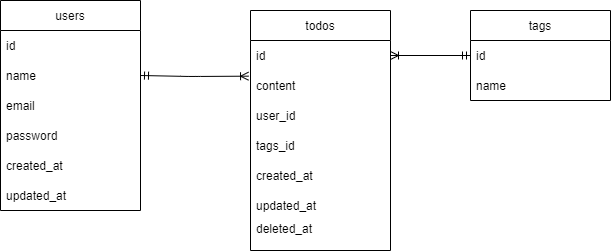
hiroto0423/Todolist_new keeps this draw.io diagram as ER.drawio.png. Above is the earlier version. Source tidied: cells renumbered, new cells last; positions are measured from the earlier drawing's top-left corner, leaving out a move shared by most shapes. The source it was exported from:
```xml
<mxGraphModel>
  <root>
    <mxCell id="0" />
    <mxCell id="1" parent="0" />
    <mxCell id="2" value="todos" style="swimlane;fontStyle=0;horizontal=1;startSize=30;" parent="1" vertex="1">
      <mxGeometry x="250" y="10" width="140" height="240" as="geometry" />
    </mxCell>
    <mxCell id="3" value="id" style="text;strokeColor=none;fillColor=none;align=left;verticalAlign=middle;spacingLeft=4;spacingRight=4;overflow=hidden;points=[[0,0.5],[1,0.5]];portConstraint=eastwest;" parent="2" vertex="1">
      <mxGeometry y="30" width="140" height="30" as="geometry" />
    </mxCell>
    <mxCell id="4" value="content" style="text;strokeColor=none;fillColor=none;align=left;verticalAlign=middle;spacingLeft=4;spacingRight=4;overflow=hidden;points=[[0,0.5],[1,0.5]];portConstraint=eastwest;" parent="2" vertex="1">
      <mxGeometry y="60" width="140" height="30" as="geometry" />
    </mxCell>
    <mxCell id="5" value="user_id" style="text;strokeColor=none;fillColor=none;align=left;verticalAlign=middle;spacingLeft=4;spacingRight=4;overflow=hidden;" parent="2" vertex="1">
      <mxGeometry y="90" width="140" height="30" as="geometry" />
    </mxCell>
    <mxCell id="6" value="tags_id" style="text;strokeColor=none;fillColor=none;align=left;verticalAlign=middle;spacingLeft=4;spacingRight=4;overflow=hidden;" parent="2" vertex="1">
      <mxGeometry y="120" width="140" height="30" as="geometry" />
    </mxCell>
    <mxCell id="7" value="created_at" style="text;strokeColor=none;fillColor=none;align=left;verticalAlign=middle;spacingLeft=4;spacingRight=4;overflow=hidden;" parent="2" vertex="1">
      <mxGeometry y="150" width="140" height="30" as="geometry" />
    </mxCell>
    <mxCell id="8" value="updated_at" style="text;strokeColor=none;fillColor=none;align=left;verticalAlign=middle;spacingLeft=4;spacingRight=4;overflow=hidden;" parent="2" vertex="1">
      <mxGeometry y="180" width="140" height="30" as="geometry" />
    </mxCell>
    <mxCell id="9" value="deleted_at&#10;" style="text;strokeColor=none;fillColor=none;align=left;verticalAlign=middle;spacingLeft=4;spacingRight=4;overflow=hidden;" parent="2" vertex="1">
      <mxGeometry y="210" width="140" height="30" as="geometry" />
    </mxCell>
    <mxCell id="10" value="tags" style="swimlane;fontStyle=0;horizontal=1;startSize=30;" parent="1" vertex="1">
      <mxGeometry x="470" y="10" width="140" height="90" as="geometry" />
    </mxCell>
    <mxCell id="11" value="id" style="text;strokeColor=none;fillColor=none;align=left;verticalAlign=middle;spacingLeft=4;spacingRight=4;overflow=hidden;points=[[0,0.5],[1,0.5]];portConstraint=eastwest;" parent="10" vertex="1">
      <mxGeometry y="30" width="140" height="30" as="geometry" />
    </mxCell>
    <mxCell id="12" value="name" style="text;strokeColor=none;fillColor=none;align=left;verticalAlign=middle;spacingLeft=4;spacingRight=4;overflow=hidden;" parent="10" vertex="1">
      <mxGeometry y="60" width="140" height="30" as="geometry" />
    </mxCell>
    <mxCell id="13" style="edgeStyle=none;html=1;exitX=0;exitY=0.5;exitDx=0;exitDy=0;endArrow=ERoneToMany;endFill=0;startArrow=ERmandOne;startFill=0;" parent="1" edge="1" source="11" target="3">
      <mxGeometry relative="1" as="geometry" />
    </mxCell>
    <mxCell id="14" value="users" style="swimlane;fontStyle=0;horizontal=1;startSize=30;" parent="1" vertex="1">
      <mxGeometry width="140" height="210" as="geometry" />
    </mxCell>
    <mxCell id="15" value="id" style="text;strokeColor=none;fillColor=none;align=left;verticalAlign=middle;spacingLeft=4;spacingRight=4;overflow=hidden;points=[[0,0.5],[1,0.5]];portConstraint=eastwest;" parent="14" vertex="1">
      <mxGeometry y="30" width="140" height="30" as="geometry" />
    </mxCell>
    <mxCell id="16" value="name" style="text;strokeColor=none;fillColor=none;align=left;verticalAlign=middle;spacingLeft=4;spacingRight=4;overflow=hidden;points=[[0,0.5],[1,0.5]];portConstraint=eastwest;" parent="14" vertex="1">
      <mxGeometry y="60" width="140" height="30" as="geometry" />
    </mxCell>
    <mxCell id="17" value="email" style="text;strokeColor=none;fillColor=none;align=left;verticalAlign=middle;spacingLeft=4;spacingRight=4;overflow=hidden;" parent="14" vertex="1">
      <mxGeometry y="90" width="140" height="30" as="geometry" />
    </mxCell>
    <mxCell id="18" value="password" style="text;strokeColor=none;fillColor=none;align=left;verticalAlign=middle;spacingLeft=4;spacingRight=4;overflow=hidden;" parent="14" vertex="1">
      <mxGeometry y="120" width="140" height="30" as="geometry" />
    </mxCell>
    <mxCell id="19" value="created_at" style="text;strokeColor=none;fillColor=none;align=left;verticalAlign=middle;spacingLeft=4;spacingRight=4;overflow=hidden;" parent="14" vertex="1">
      <mxGeometry y="150" width="140" height="30" as="geometry" />
    </mxCell>
    <mxCell id="20" value="updated_at" style="text;strokeColor=none;fillColor=none;align=left;verticalAlign=middle;spacingLeft=4;spacingRight=4;overflow=hidden;" parent="14" vertex="1">
      <mxGeometry y="180" width="140" height="30" as="geometry" />
    </mxCell>
    <mxCell id="21" style="edgeStyle=none;html=1;exitX=1;exitY=0.5;exitDx=0;exitDy=0;entryX=-0.014;entryY=0.189;entryDx=0;entryDy=0;entryPerimeter=0;endArrow=ERoneToMany;endFill=0;startArrow=ERmandOne;startFill=0;" parent="1" edge="1" source="16" target="4">
      <mxGeometry relative="1" as="geometry">
        <Array as="points">
          <mxPoint x="190" y="76" />
        </Array>
      </mxGeometry>
    </mxCell>
  </root>
</mxGraphModel>
```
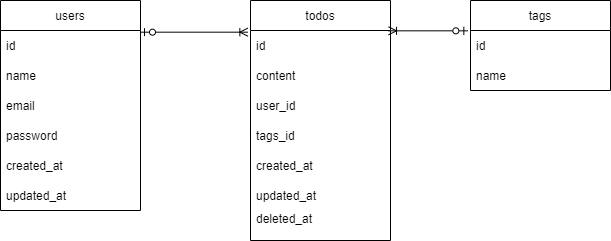
The same file after the commit.

Diff of the diagram source:
```diff
@@ -35,11 +35,11 @@
     <mxCell id="12" value="name" style="text;strokeColor=none;fillColor=none;align=left;verticalAlign=middle;spacingLeft=4;spacingRight=4;overflow=hidden;" parent="10" vertex="1">
       <mxGeometry y="60" width="140" height="30" as="geometry" />
     </mxCell>
-    <mxCell id="13" style="edgeStyle=none;html=1;exitX=0;exitY=0.5;exitDx=0;exitDy=0;endArrow=ERoneToMany;endFill=0;startArrow=ERmandOne;startFill=0;" parent="1" edge="1" source="11" target="3">
+    <mxCell id="13" style="edgeStyle=none;html=1;exitX=-0.019;exitY=0.011;exitDx=0;exitDy=0;endArrow=ERoneToMany;endFill=0;startArrow=ERzeroToOne;startFill=0;entryX=0.986;entryY=0.011;entryDx=0;entryDy=0;entryPerimeter=0;exitPerimeter=0;" parent="1" edge="1" source="11" target="3">
       <mxGeometry relative="1" as="geometry" />
     </mxCell>
     <mxCell id="14" value="users" style="swimlane;fontStyle=0;horizontal=1;startSize=30;" parent="1" vertex="1">
-      <mxGeometry width="140" height="210" as="geometry" />
+      <mxGeometry y="10" width="140" height="210" as="geometry" />
     </mxCell>
     <mxCell id="15" value="id" style="text;strokeColor=none;fillColor=none;align=left;verticalAlign=middle;spacingLeft=4;spacingRight=4;overflow=hidden;points=[[0,0.5],[1,0.5]];portConstraint=eastwest;" parent="14" vertex="1">
       <mxGeometry y="30" width="140" height="30" as="geometry" />
@@ -59,12 +59,8 @@
     <mxCell id="20" value="updated_at" style="text;strokeColor=none;fillColor=none;align=left;verticalAlign=middle;spacingLeft=4;spacingRight=4;overflow=hidden;" parent="14" vertex="1">
       <mxGeometry y="180" width="140" height="30" as="geometry" />
     </mxCell>
-    <mxCell id="21" style="edgeStyle=none;html=1;exitX=1;exitY=0.5;exitDx=0;exitDy=0;entryX=-0.014;entryY=0.189;entryDx=0;entryDy=0;entryPerimeter=0;endArrow=ERoneToMany;endFill=0;startArrow=ERmandOne;startFill=0;" parent="1" edge="1" source="16" target="4">
-      <mxGeometry relative="1" as="geometry">
-        <Array as="points">
-          <mxPoint x="190" y="76" />
-        </Array>
-      </mxGeometry>
+    <mxCell id="21" style="edgeStyle=none;html=1;exitX=1;exitY=0.056;exitDx=0;exitDy=0;entryX=-0.019;entryY=0.056;entryDx=0;entryDy=0;entryPerimeter=0;endArrow=ERoneToMany;endFill=0;startArrow=ERzeroToOne;startFill=0;exitPerimeter=0;" parent="1" edge="1" source="15" target="3">
+      <mxGeometry relative="1" as="geometry" />
     </mxCell>
   </root>
 </mxGraphModel>
```
